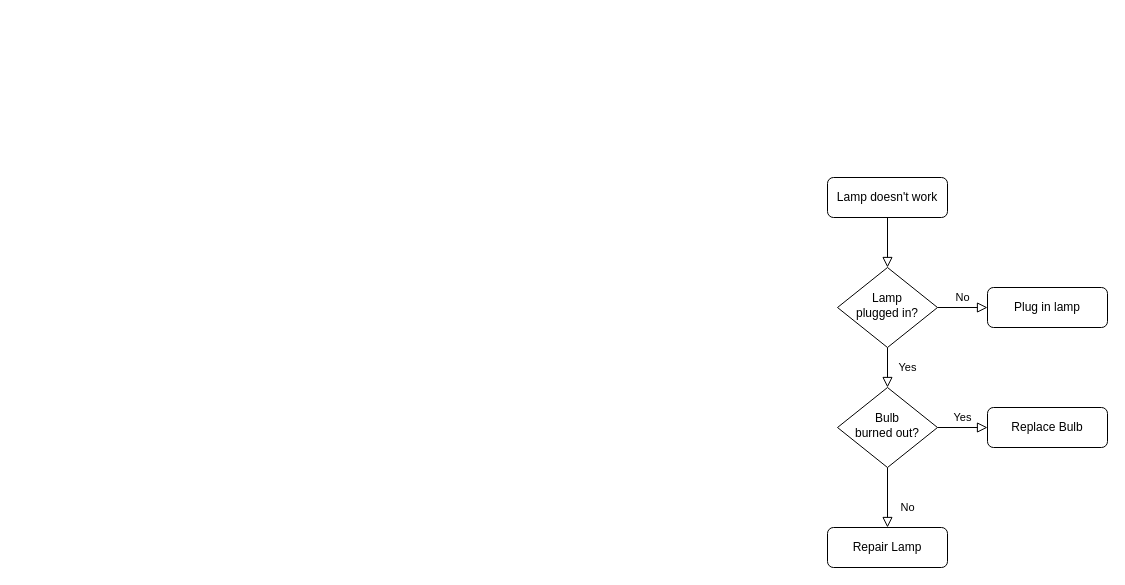
Above: Untitled Diagram.drawio in arthasdk/BoL_Scripts (draw.io), before the change. Source tidied: cells renumbered, new cells numbered last; positions are measured from the earlier drawing's top-left corner, leaving out a move shared by most shapes. Both pictures are drawn from the tidied source at 100%, with x=0, y=0 at pixel (827, 177).
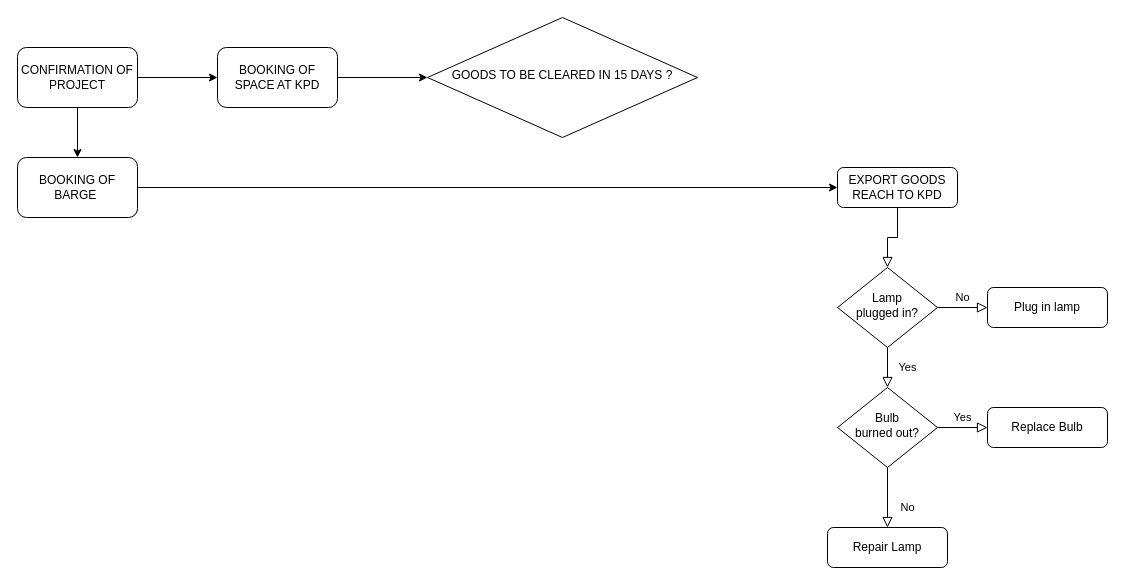
After the change.

What changed in the source:
```diff
@@
-    <mxCell id="3" value="Lamp doesn't work" style="rounded=1;whiteSpace=wrap;html=1;fontSize=12;glass=0;strokeWidth=1;shadow=0;" parent="1" vertex="1">
-      <mxGeometry width="120" height="40" as="geometry" />
+    <mxCell id="3" value="EXPORT GOODS REACH TO KPD" style="rounded=1;whiteSpace=wrap;html=1;fontSize=12;glass=0;strokeWidth=1;shadow=0;" parent="1" vertex="1">
+      <mxGeometry x="10" y="-10" width="120" height="40" as="geometry" />
     </mxCell>
@@
+    <mxCell id="13" style="edgeStyle=orthogonalEdgeStyle;rounded=0;jettySize=auto;html=1;entryX=0;entryY=0.5;entryDx=0;entryDy=0;" parent="1" edge="1" source="14" target="3">
+      <mxGeometry relative="1" as="geometry" />
+    </mxCell>
+    <mxCell id="14" value="BOOKING OF BARGE&amp;nbsp;" style="whiteSpace=wrap;html=1;rounded=1;shadow=0;strokeWidth=1;glass=0;" parent="1" vertex="1">
+      <mxGeometry x="-810" y="-20" width="120" height="60" as="geometry" />
+    </mxCell>
+    <mxCell id="15" style="edgeStyle=orthogonalEdgeStyle;rounded=0;jettySize=auto;html=1;entryX=0.5;entryY=0;entryDx=0;entryDy=0;" parent="1" edge="1" source="17" target="14">
+      <mxGeometry relative="1" as="geometry" />
+    </mxCell>
+    <mxCell id="16" style="edgeStyle=orthogonalEdgeStyle;rounded=0;jettySize=auto;html=1;" parent="1" edge="1" source="17" target="19">
+      <mxGeometry relative="1" as="geometry" />
+    </mxCell>
+    <mxCell id="17" value="CONFIRMATION OF PROJECT" style="whiteSpace=wrap;html=1;rounded=1;shadow=0;strokeWidth=1;glass=0;" parent="1" vertex="1">
+      <mxGeometry x="-810" y="-130" width="120" height="60" as="geometry" />
+    </mxCell>
+    <mxCell id="18" style="edgeStyle=orthogonalEdgeStyle;rounded=0;jettySize=auto;html=1;" parent="1" edge="1" source="19" target="20">
+      <mxGeometry relative="1" as="geometry" />
+    </mxCell>
+    <mxCell id="19" value="BOOKING OF SPACE AT KPD" style="whiteSpace=wrap;html=1;rounded=1;shadow=0;strokeWidth=1;glass=0;" parent="1" vertex="1">
+      <mxGeometry x="-610" y="-130" width="120" height="60" as="geometry" />
+    </mxCell>
+    <mxCell id="20" value="GOODS TO BE CLEARED IN 15 DAYS ?" style="rhombus;whiteSpace=wrap;html=1;shadow=0;fontFamily=Helvetica;fontSize=12;align=center;strokeWidth=1;spacing=6;spacingTop=-4;" parent="1" vertex="1">
+      <mxGeometry x="-400" y="-160" width="270" height="120" as="geometry" />
+    </mxCell>
```
